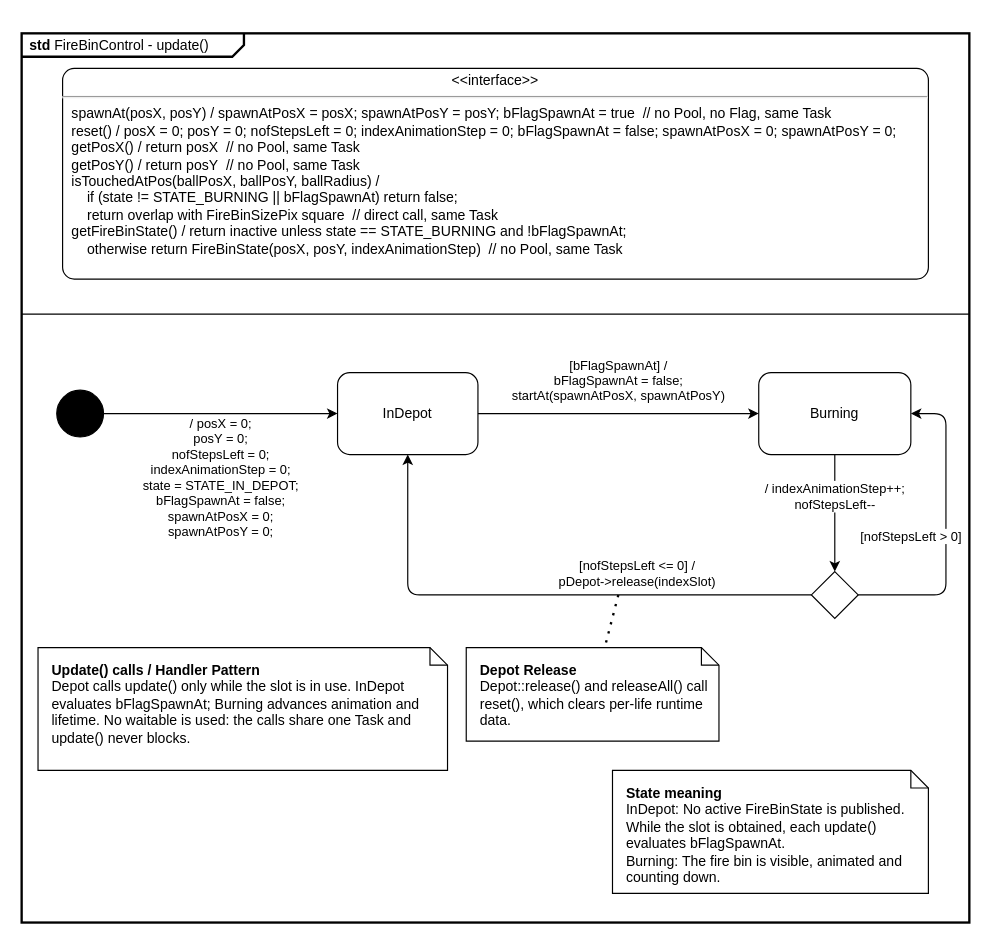
Above: page "STD FireBinControl" (16 of 17) of apps/pong_cleangui_dg_adv/models/pong_dg_adv.drawio in nepbuur1/test_lasergame_2_rework_CleanGUI_godmode (draw.io), before the change. Source tidied: cells renumbered, new cells numbered last; positions are measured from the earlier drawing's top-left corner, leaving out a move shared by most shapes. Both pictures are drawn from the tidied source at 117%, with x=0, y=0 at pixel (21, 33).
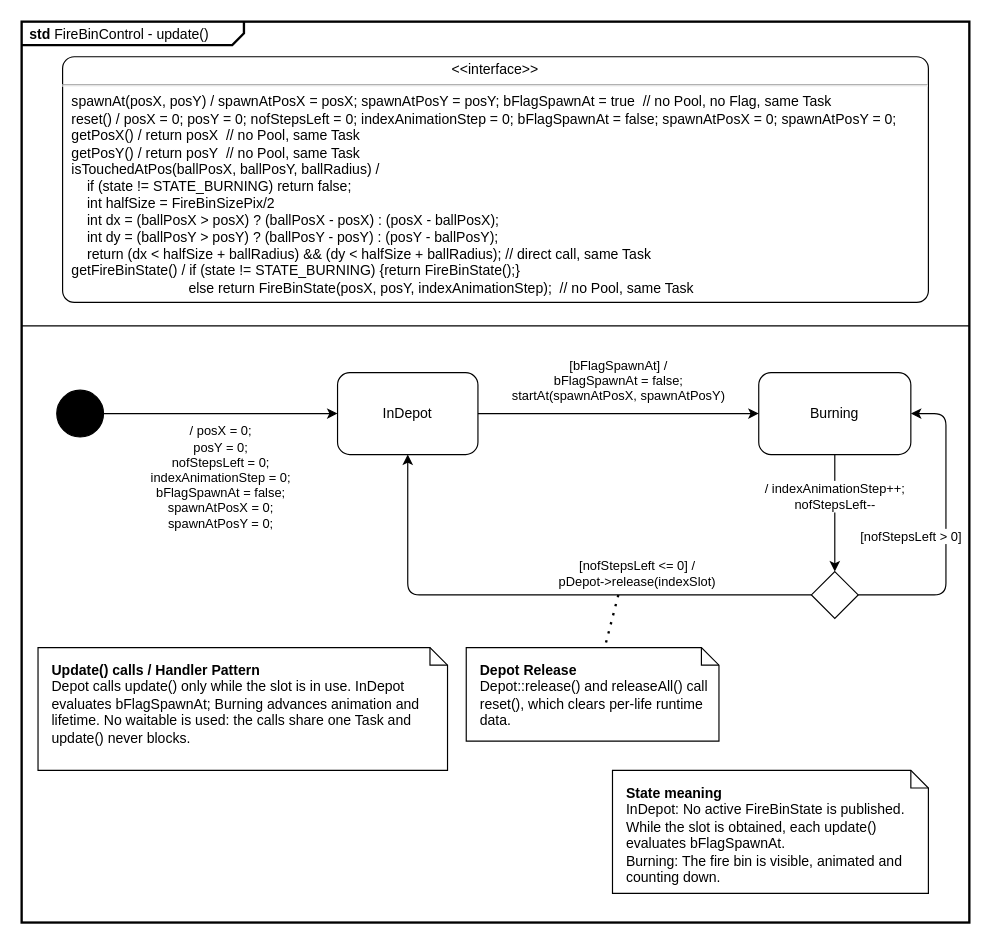
The same diagram, later.

Unchanged cells that the change refers to:
```xml
<mxCell id="5" style="shape=ellipse;html=1;fillColor=#000000;fontSize=18;fontColor=#ffffff;" parent="1" vertex="1">
  <mxGeometry x="30" y="305" width="40" height="40" as="geometry" />
</mxCell>
<mxCell id="6" value="InDepot" style="rounded=1;whiteSpace=wrap;html=1;" parent="1" vertex="1">
  <mxGeometry x="270" y="290" width="120" height="70" as="geometry" />
</mxCell>
```

What changed in the source:
```diff
@@
     <mxCell id="2" value="&lt;p style=&quot;margin:0px;margin-top:4px;margin-left:7px;text-align:left;&quot;&gt;&lt;b&gt;std&lt;/b&gt;  FireBinControl - update()&lt;/p&gt;" style="html=1;shape=mxgraph.sysml.package;overflow=fill;labelX=190;strokeWidth=2;align=center;" parent="1" vertex="1">
-      <mxGeometry width="810" height="760" as="geometry" />
+      <mxGeometry y="-10" width="810" height="770" as="geometry" />
     </mxCell>
-    <mxCell id="3" value="&lt;p style=&quot;margin:0px;margin-top:4px;text-align:center&quot;&gt;&amp;lt;&amp;lt;interface&amp;gt;&amp;gt;&lt;/p&gt;&lt;hr&gt;&lt;p style=&quot;margin:0px;margin-left:8px;text-align:left&quot;&gt;spawnAt(posX, posY) / spawnAtPosX = posX; spawnAtPosY = posY; bFlagSpawnAt = true&amp;nbsp;&amp;nbsp;// no Pool, no Flag, same Task&lt;/p&gt;&lt;p style=&quot;margin:0px;margin-left:8px;text-align:left&quot;&gt;reset() /&amp;nbsp;&lt;span style=&quot;background-color: transparent;&quot;&gt;posX = 0;&amp;nbsp;&lt;/span&gt;&lt;span style=&quot;background-color: transparent; color: light-dark(rgb(0, 0, 0), rgb(255, 255, 255));&quot;&gt;posY = 0;&amp;nbsp;&lt;/span&gt;&lt;span style=&quot;background-color: transparent; color: light-dark(rgb(0, 0, 0), rgb(255, 255, 255));&quot;&gt;nofStepsLeft = 0;&amp;nbsp;&lt;/span&gt;&lt;span style=&quot;background-color: transparent; color: light-dark(rgb(0, 0, 0), rgb(255, 255, 255));&quot;&gt;indexAnimationStep = 0;&amp;nbsp;&lt;/span&gt;&lt;span style=&quot;background-color: transparent; color: light-dark(rgb(0, 0, 0), rgb(255, 255, 255));&quot;&gt;bFlagSpawnAt = false;&amp;nbsp;&lt;/span&gt;&lt;span style=&quot;background-color: transparent; color: light-dark(rgb(0, 0, 0), rgb(255, 255, 255));&quot;&gt;spawnAtPosX = 0;&amp;nbsp;&lt;/span&gt;&lt;span style=&quot;background-color: transparent; color: light-dark(rgb(0, 0, 0), rgb(255, 255, 255));&quot;&gt;spawnAtPosY = 0;&lt;/span&gt;&lt;/p&gt;&lt;p style=&quot;margin:0px;margin-left:8px;text-align:left&quot;&gt;getPosX() / return posX&amp;nbsp;&amp;nbsp;// no Pool, same Task&lt;/p&gt;&lt;p style=&quot;margin:0px;margin-left:8px;text-align:left&quot;&gt;getPosY() / return posY&amp;nbsp;&amp;nbsp;// no Pool, same Task&lt;/p&gt;&lt;p style=&quot;margin:0px;margin-left:8px;text-align:left&quot;&gt;isTouchedAtPos(ballPosX, ballPosY, ballRadius) /&lt;/p&gt;&lt;p style=&quot;margin:0px;margin-left:8px;text-align:left&quot;&gt;&amp;nbsp;&amp;nbsp;&amp;nbsp;&amp;nbsp;if (state != STATE_BURNING || bFlagSpawnAt) return false;&lt;/p&gt;&lt;p style=&quot;margin:0px;margin-left:8px;text-align:left&quot;&gt;&amp;nbsp;&amp;nbsp;&amp;nbsp;&amp;nbsp;return overlap with FireBinSizePix square&amp;nbsp;&amp;nbsp;// direct call, same Task&lt;/p&gt;&lt;p style=&quot;margin:0px;margin-left:8px;text-align:left&quot;&gt;getFireBinState() / return inactive unless state == STATE_BURNING and !bFlagSpawnAt;&lt;/p&gt;&lt;p style=&quot;margin:0px;margin-left:8px;text-align:left&quot;&gt;&amp;nbsp;&amp;nbsp;&amp;nbsp;&amp;nbsp;otherwise return FireBinState(posX, posY, indexAnimationStep)&amp;nbsp;&amp;nbsp;// no Pool, same Task&lt;/p&gt;" style="shape=mxgraph.sysml.simpleState;html=1;overflow=fill;whiteSpace=wrap;align=center;" parent="1" vertex="1">
-      <mxGeometry x="35" y="30" width="740" height="180" as="geometry" />
+    <mxCell id="3" value="&lt;p style=&quot;margin:0px;margin-top:4px;text-align:center&quot;&gt;&amp;lt;&amp;lt;interface&amp;gt;&amp;gt;&lt;/p&gt;&lt;hr&gt;&lt;p style=&quot;margin:0px;margin-left:8px;text-align:left&quot;&gt;spawnAt(posX, posY) / spawnAtPosX = posX; spawnAtPosY = posY; bFlagSpawnAt = true&amp;nbsp;&amp;nbsp;// no Pool, no Flag, same Task&lt;/p&gt;&lt;p style=&quot;margin:0px;margin-left:8px;text-align:left&quot;&gt;reset() /&amp;nbsp;&lt;span style=&quot;background-color: transparent;&quot;&gt;posX = 0;&amp;nbsp;&lt;/span&gt;&lt;span style=&quot;background-color: transparent; color: light-dark(rgb(0, 0, 0), rgb(255, 255, 255));&quot;&gt;posY = 0;&amp;nbsp;&lt;/span&gt;&lt;span style=&quot;background-color: transparent; color: light-dark(rgb(0, 0, 0), rgb(255, 255, 255));&quot;&gt;nofStepsLeft = 0;&amp;nbsp;&lt;/span&gt;&lt;span style=&quot;background-color: transparent; color: light-dark(rgb(0, 0, 0), rgb(255, 255, 255));&quot;&gt;indexAnimationStep = 0;&amp;nbsp;&lt;/span&gt;&lt;span style=&quot;background-color: transparent; color: light-dark(rgb(0, 0, 0), rgb(255, 255, 255));&quot;&gt;bFlagSpawnAt = false;&amp;nbsp;&lt;/span&gt;&lt;span style=&quot;background-color: transparent; color: light-dark(rgb(0, 0, 0), rgb(255, 255, 255));&quot;&gt;spawnAtPosX = 0;&amp;nbsp;&lt;/span&gt;&lt;span style=&quot;background-color: transparent; color: light-dark(rgb(0, 0, 0), rgb(255, 255, 255));&quot;&gt;spawnAtPosY = 0;&lt;/span&gt;&lt;/p&gt;&lt;p style=&quot;margin:0px;margin-left:8px;text-align:left&quot;&gt;getPosX() / return posX&amp;nbsp;&amp;nbsp;// no Pool, same Task&lt;/p&gt;&lt;p style=&quot;margin:0px;margin-left:8px;text-align:left&quot;&gt;getPosY() / return posY&amp;nbsp;&amp;nbsp;// no Pool, same Task&lt;/p&gt;&lt;p style=&quot;margin:0px;margin-left:8px;text-align:left&quot;&gt;isTouchedAtPos(ballPosX, ballPosY, ballRadius) /&lt;/p&gt;&lt;p style=&quot;margin:0px;margin-left:8px;text-align:left&quot;&gt;&amp;nbsp;&amp;nbsp;&amp;nbsp;&amp;nbsp;if (state != STATE_BURNING) return false;&lt;/p&gt;&lt;p style=&quot;margin:0px;margin-left:8px;text-align:left&quot;&gt;&amp;nbsp; &amp;nbsp;&amp;nbsp;&lt;span style=&quot;background-color: transparent;&quot;&gt;int halfSize = FireBinSizePix/2&lt;/span&gt;&lt;span style=&quot;background-color: transparent; white-space: pre;&quot;&gt;&#9;&#9;&#9;&lt;/span&gt;&lt;/p&gt;&lt;p style=&quot;margin:0px;margin-left:8px;text-align:left&quot;&gt;&amp;nbsp; &amp;nbsp; int dx = (ballPosX &amp;gt; posX) ? (ballPosX - posX) : (posX - ballPosX);&lt;span style=&quot;white-space:pre&quot;&gt;&#9;&#9;&#9;&lt;/span&gt;&lt;/p&gt;&lt;p style=&quot;margin:0px;margin-left:8px;text-align:left&quot;&gt;&amp;nbsp; &amp;nbsp; int dy = (ballPosY &amp;gt; posY) ? (ballPosY - posY) : (posY - ballPosY);&lt;/p&gt;&lt;p style=&quot;margin:0px;margin-left:8px;text-align:left&quot;&gt;&lt;span style=&quot;background-color: transparent;&quot;&gt;&amp;nbsp; &amp;nbsp; return (dx &amp;lt; halfSize + ballRadius) &amp;amp;&amp;amp; (dy &amp;lt; halfSize + ballRadius); /&lt;/span&gt;/ direct call, same Task&lt;br&gt;&lt;/p&gt;&lt;p style=&quot;margin:0px;margin-left:8px;text-align:left&quot;&gt;getFireBinState() /&amp;nbsp;&lt;span style=&quot;background-color: transparent;&quot;&gt;if (state != STATE_BURNING)&amp;nbsp;&lt;/span&gt;&lt;span style=&quot;background-color: transparent; color: light-dark(rgb(0, 0, 0), rgb(255, 255, 255));&quot;&gt;{&lt;/span&gt;&lt;span style=&quot;background-color: transparent; color: light-dark(rgb(0, 0, 0), rgb(255, 255, 255));&quot;&gt;return FireBinState();&lt;/span&gt;&lt;span style=&quot;background-color: transparent; color: light-dark(rgb(0, 0, 0), rgb(255, 255, 255));&quot;&gt;}&lt;/span&gt;&lt;/p&gt;&lt;p style=&quot;margin:0px;margin-left:8px;text-align:left&quot;&gt;&lt;span style=&quot;white-space: pre;&quot;&gt;&#9;&lt;/span&gt;&lt;span style=&quot;white-space: pre;&quot;&gt;&#9;&lt;/span&gt;&amp;nbsp; &amp;nbsp; &amp;nbsp; &amp;nbsp; &amp;nbsp; &amp;nbsp; &amp;nbsp; else&amp;nbsp;&lt;span style=&quot;background-color: transparent; color: light-dark(rgb(0, 0, 0), rgb(255, 255, 255));&quot;&gt;return FireBinState(posX, posY, indexAnimationStep);&lt;/span&gt;&lt;span style=&quot;background-color: transparent; color: light-dark(rgb(0, 0, 0), rgb(255, 255, 255));&quot;&gt;&amp;nbsp;&amp;nbsp;// no Pool, same Task&lt;/span&gt;&lt;/p&gt;" style="shape=mxgraph.sysml.simpleState;html=1;overflow=fill;whiteSpace=wrap;align=center;" parent="1" vertex="1">
+      <mxGeometry x="35" y="20" width="740" height="210" as="geometry" />
     </mxCell>
     <mxCell id="4" style="endArrow=none;html=1;rounded=1;" parent="1" edge="1">
       <mxGeometry relative="1" as="geometry">
-        <mxPoint y="240" as="sourcePoint" />
-        <mxPoint x="810" y="240" as="targetPoint" />
+        <mxPoint y="250" as="sourcePoint" />
+        <mxPoint x="810" y="250" as="targetPoint" />
       </mxGeometry>
     </mxCell>
@@
-    <mxCell id="9" value="&lt;div&gt;/ posX = 0;&lt;/div&gt;&lt;div&gt;posY = 0;&lt;/div&gt;&lt;div&gt;nofStepsLeft = 0;&lt;/div&gt;&lt;div&gt;indexAnimationStep = 0;&lt;/div&gt;&lt;div&gt;state = STATE_IN_DEPOT;&lt;/div&gt;&lt;div&gt;bFlagSpawnAt = false;&lt;/div&gt;&lt;div&gt;spawnAtPosX = 0;&lt;/div&gt;&lt;div&gt;spawnAtPosY = 0;&lt;/div&gt;" style="endArrow=classic;html=1;rounded=1;align=center;curved=0;" parent="1" edge="1" source="5" target="6">
+    <mxCell id="9" value="&lt;div&gt;/ posX = 0;&lt;/div&gt;&lt;div&gt;posY = 0;&lt;/div&gt;&lt;div&gt;nofStepsLeft = 0;&lt;/div&gt;&lt;div&gt;indexAnimationStep = 0;&lt;/div&gt;&lt;div&gt;bFlagSpawnAt = false;&lt;/div&gt;&lt;div&gt;spawnAtPosX = 0;&lt;/div&gt;&lt;div&gt;spawnAtPosY = 0;&lt;/div&gt;" style="endArrow=classic;html=1;rounded=1;align=center;curved=0;" parent="1" edge="1" source="5" target="6">
       <mxGeometry y="-55" relative="1" as="geometry" />
     </mxCell>
```
